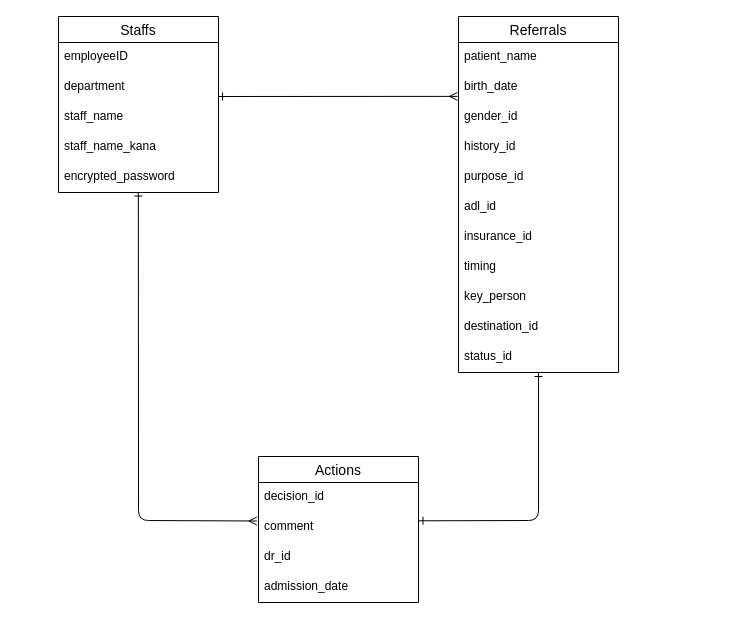
The draw.io diagram supportcube.dio in kasiaya/supportcube, before the edit. Source tidied: cells renumbered, new cells numbered last; positions are measured from the earlier drawing's top-left corner, leaving out a move shared by most shapes. Both pictures are drawn from the tidied source at 100%, with x=0, y=0 at pixel (58, 16).
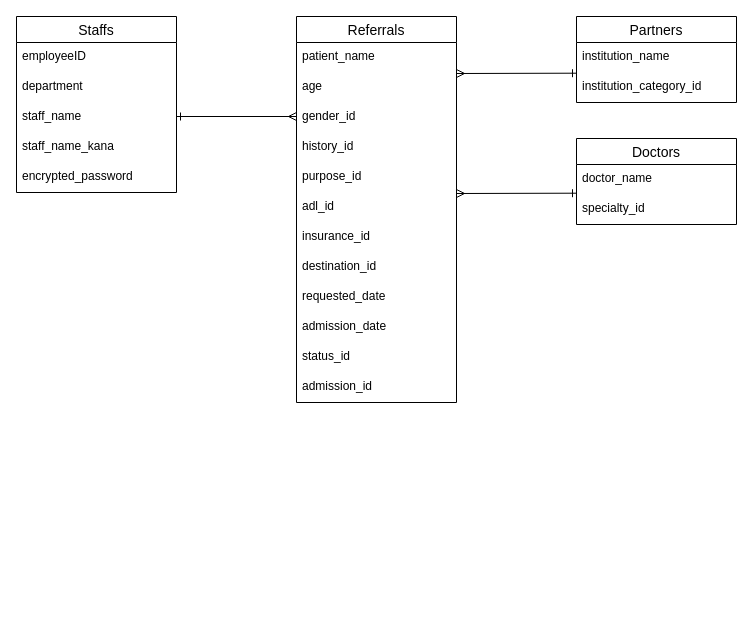
After the change.

Unchanged cells that the change refers to:
```xml
<mxCell id="7" value="encrypted_password" style="text;strokeColor=none;fillColor=none;spacingLeft=4;spacingRight=4;overflow=hidden;points=[[0,0.5],[1,0.5]];portConstraint=eastwest;fontSize=12;" parent="2" vertex="1">
  <mxGeometry y="146" width="160" height="30" as="geometry" />
</mxCell>
```

Diff of the diagram source:
```diff
@@
     <mxCell id="2" value="Staffs" style="swimlane;fontStyle=0;horizontal=1;startSize=26;align=center;fontSize=14;" parent="1" vertex="1">
-      <mxGeometry width="160" height="176" as="geometry" />
+      <mxGeometry x="-42" width="160" height="176" as="geometry" />
     </mxCell>
@@
     <mxCell id="8" value="Referrals" style="swimlane;fontStyle=0;horizontal=1;startSize=26;align=center;fontSize=14;" parent="1" vertex="1">
-      <mxGeometry x="400" width="160" height="356" as="geometry" />
+      <mxGeometry x="238" width="160" height="386" as="geometry" />
     </mxCell>
@@
-    <mxCell id="10" value="birth_date" style="text;strokeColor=none;fillColor=none;spacingLeft=4;spacingRight=4;overflow=hidden;points=[[0,0.5],[1,0.5]];portConstraint=eastwest;fontSize=12;" parent="8" vertex="1">
+    <mxCell id="10" value="age" style="text;strokeColor=none;fillColor=none;spacingLeft=4;spacingRight=4;overflow=hidden;points=[[0,0.5],[1,0.5]];portConstraint=eastwest;fontSize=12;" parent="8" vertex="1">
       <mxGeometry y="56" width="160" height="30" as="geometry" />
     </mxCell>
@@
-    <mxCell id="16" value="timing" style="text;strokeColor=none;fillColor=none;spacingLeft=4;spacingRight=4;overflow=hidden;fontSize=12;" parent="8" vertex="1">
+    <mxCell id="16" value="destination_id" style="text;strokeColor=none;fillColor=none;spacingLeft=4;spacingRight=4;overflow=hidden;fontSize=12;" parent="8" vertex="1">
       <mxGeometry y="236" width="160" height="30" as="geometry" />
     </mxCell>
-    <mxCell id="17" value="key_person" style="text;strokeColor=none;fillColor=none;spacingLeft=4;spacingRight=4;overflow=hidden;fontSize=12;" parent="8" vertex="1">
+    <mxCell id="17" value="requested_date" style="text;strokeColor=none;fillColor=none;spacingLeft=4;spacingRight=4;overflow=hidden;fontSize=12;" parent="8" vertex="1">
       <mxGeometry y="266" width="160" height="30" as="geometry" />
     </mxCell>
-    <mxCell id="18" value="destination_id" style="text;strokeColor=none;fillColor=none;spacingLeft=4;spacingRight=4;overflow=hidden;fontSize=12;" parent="8" vertex="1">
+    <mxCell id="18" value="admission_date" style="text;strokeColor=none;fillColor=none;spacingLeft=4;spacingRight=4;overflow=hidden;fontSize=12;" parent="8" vertex="1">
       <mxGeometry y="296" width="160" height="30" as="geometry" />
     </mxCell>
@@
+    <mxCell id="28" value="admission_id" style="text;strokeColor=none;fillColor=none;spacingLeft=4;spacingRight=4;overflow=hidden;fontSize=12;" parent="8" vertex="1">
+      <mxGeometry y="356" width="160" height="30" as="geometry" />
+    </mxCell>
-    <mxCell id="20" value="Actions" style="swimlane;fontStyle=0;horizontal=1;startSize=26;align=center;fontSize=14;" parent="1" vertex="1">
-      <mxGeometry x="200" y="440" width="160" height="146" as="geometry" />
+    <mxCell id="20" value="Partners" style="swimlane;fontStyle=0;horizontal=1;startSize=26;align=center;fontSize=14;" parent="1" vertex="1">
+      <mxGeometry x="518" width="160" height="86" as="geometry" />
     </mxCell>
-    <mxCell id="21" value="decision_id" style="text;strokeColor=none;fillColor=none;spacingLeft=4;spacingRight=4;overflow=hidden;fontSize=12;" parent="20" vertex="1">
-      <mxGeometry y="26" width="160" height="30" as="geometry" />
-    </mxCell>
-    <mxCell id="22" value="comment" style="text;strokeColor=none;fillColor=none;spacingLeft=4;spacingRight=4;overflow=hidden;points=[[0,0.5],[1,0.5]];portConstraint=eastwest;fontSize=12;" parent="20" vertex="1">
-      <mxGeometry y="56" width="160" height="30" as="geometry" />
+    <mxCell id="22" value="institution_name" style="text;strokeColor=none;fillColor=none;spacingLeft=4;spacingRight=4;overflow=hidden;points=[[0,0.5],[1,0.5]];portConstraint=eastwest;fontSize=12;" parent="20" vertex="1">
+      <mxGeometry y="26" width="160" height="30" as="geometry" />
     </mxCell>
-    <mxCell id="23" value="dr_id" style="text;strokeColor=none;fillColor=none;spacingLeft=4;spacingRight=4;overflow=hidden;fontSize=12;" parent="20" vertex="1">
-      <mxGeometry y="86" width="160" height="30" as="geometry" />
+    <mxCell id="23" value="institution_category_id" style="text;strokeColor=none;fillColor=none;spacingLeft=4;spacingRight=4;overflow=hidden;fontSize=12;" parent="20" vertex="1">
+      <mxGeometry y="56" width="160" height="30" as="geometry" />
     </mxCell>
-    <mxCell id="24" value="admission_date" style="text;strokeColor=none;fillColor=none;spacingLeft=4;spacingRight=4;overflow=hidden;fontSize=12;" parent="20" vertex="1">
-      <mxGeometry y="116" width="160" height="30" as="geometry" />
+    <mxCell id="24" value="Doctors" style="swimlane;fontStyle=0;horizontal=1;startSize=26;align=center;fontSize=14;" parent="1" vertex="1">
+      <mxGeometry x="518" y="122" width="160" height="86" as="geometry" />
     </mxCell>
-    <mxCell id="25" style="edgeStyle=none;html=1;exitX=1;exitY=0.5;exitDx=0;exitDy=0;startArrow=ERone;startFill=0;endArrow=ERmany;endFill=0;entryX=-0.006;entryY=0.796;entryDx=0;entryDy=0;entryPerimeter=0;" parent="1" edge="1" target="10">
-      <mxGeometry relative="1" as="geometry">
-        <mxPoint x="160" y="80" as="sourcePoint" />
-      </mxGeometry>
-    </mxCell>
-    <mxCell id="26" style="edgeStyle=none;html=1;startArrow=ERone;startFill=0;endArrow=ERmany;endFill=0;entryX=-0.01;entryY=0.283;entryDx=0;entryDy=0;entryPerimeter=0;exitX=0.499;exitY=0.985;exitDx=0;exitDy=0;exitPerimeter=0;" parent="1" edge="1" source="7" target="22">
-      <mxGeometry relative="1" as="geometry">
-        <Array as="points">
-          <mxPoint x="80" y="504" />
-        </Array>
-      </mxGeometry>
-    </mxCell>
-    <mxCell id="27" style="edgeStyle=none;html=1;startArrow=ERone;startFill=0;endArrow=ERone;endFill=0;entryX=1.003;entryY=0.277;entryDx=0;entryDy=0;exitX=0.5;exitY=1;exitDx=0;exitDy=0;entryPerimeter=0;" parent="1" edge="1" source="8" target="22">
-      <mxGeometry relative="1" as="geometry">
-        <Array as="points">
-          <mxPoint x="480" y="504" />
-        </Array>
-      </mxGeometry>
-    </mxCell>
+    <mxCell id="29" value="doctor_name" style="text;strokeColor=none;fillColor=none;spacingLeft=4;spacingRight=4;overflow=hidden;fontSize=12;" parent="24" vertex="1">
+      <mxGeometry y="26" width="160" height="30" as="geometry" />
+    </mxCell>
+    <mxCell id="30" value="specialty_id" style="text;strokeColor=none;fillColor=none;spacingLeft=4;spacingRight=4;overflow=hidden;fontSize=12;" parent="24" vertex="1">
+      <mxGeometry y="56" width="160" height="30" as="geometry" />
+    </mxCell>
+    <mxCell id="31" style="endArrow=ERmany;html=1;rounded=0;startArrow=ERone;startFill=0;endFill=0;entryX=0;entryY=0.5;entryDx=0;entryDy=0;" parent="1" edge="1">
+      <mxGeometry relative="1" as="geometry">
+        <mxPoint x="118" y="100" as="sourcePoint" />
+        <mxPoint x="238" y="100" as="targetPoint" />
+      </mxGeometry>
+    </mxCell>
+    <mxCell id="32" style="endArrow=ERone;html=1;rounded=0;startArrow=ERmany;startFill=0;endFill=0;" parent="1" edge="1">
+      <mxGeometry relative="1" as="geometry">
+        <mxPoint x="398" y="57" as="sourcePoint" />
+        <mxPoint x="518" y="56.7" as="targetPoint" />
+      </mxGeometry>
+    </mxCell>
+    <mxCell id="33" style="endArrow=ERone;html=1;rounded=0;startArrow=ERmany;startFill=0;endFill=0;" parent="1" edge="1">
+      <mxGeometry relative="1" as="geometry">
+        <mxPoint x="398" y="177" as="sourcePoint" />
+        <mxPoint x="518" y="176.7" as="targetPoint" />
+      </mxGeometry>
+    </mxCell>
```
